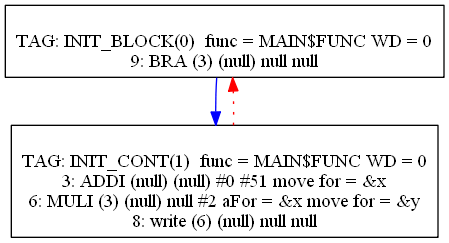
mbajaj92/Project-Astoria keeps this Graphviz diagram as Compiler/1graph.png. Above is the earlier version. Its source is kept beside it as Compiler/1graph.dot.
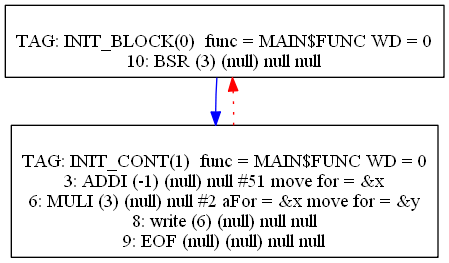
After the commit.

Diff of the diagram source:
```diff
@@ -1,15 +1,16 @@
 digraph {
 0[label="
 TAG: INIT_BLOCK(0)  func = MAIN$FUNC WD = 0
-9: BRA (3) (null) null null
+10: BSR (3) (null) null null
 "];
 0[shape=box];
 0 -> 1[color=blue]
 1[label="
 TAG: INIT_CONT(1)  func = MAIN$FUNC WD = 0
-3: ADDI (null) (null) #0 #51 move for = &x
+3: ADDI (-1) (null) null #51 move for = &x
 6: MULI (3) (null) null #2 aFor = &x move for = &y
 8: write (6) (null) null null
+9: EOF (null) (null) null null
 "];
 1[shape=box];
 1 -> 0[color=red][style=dotted]
```
